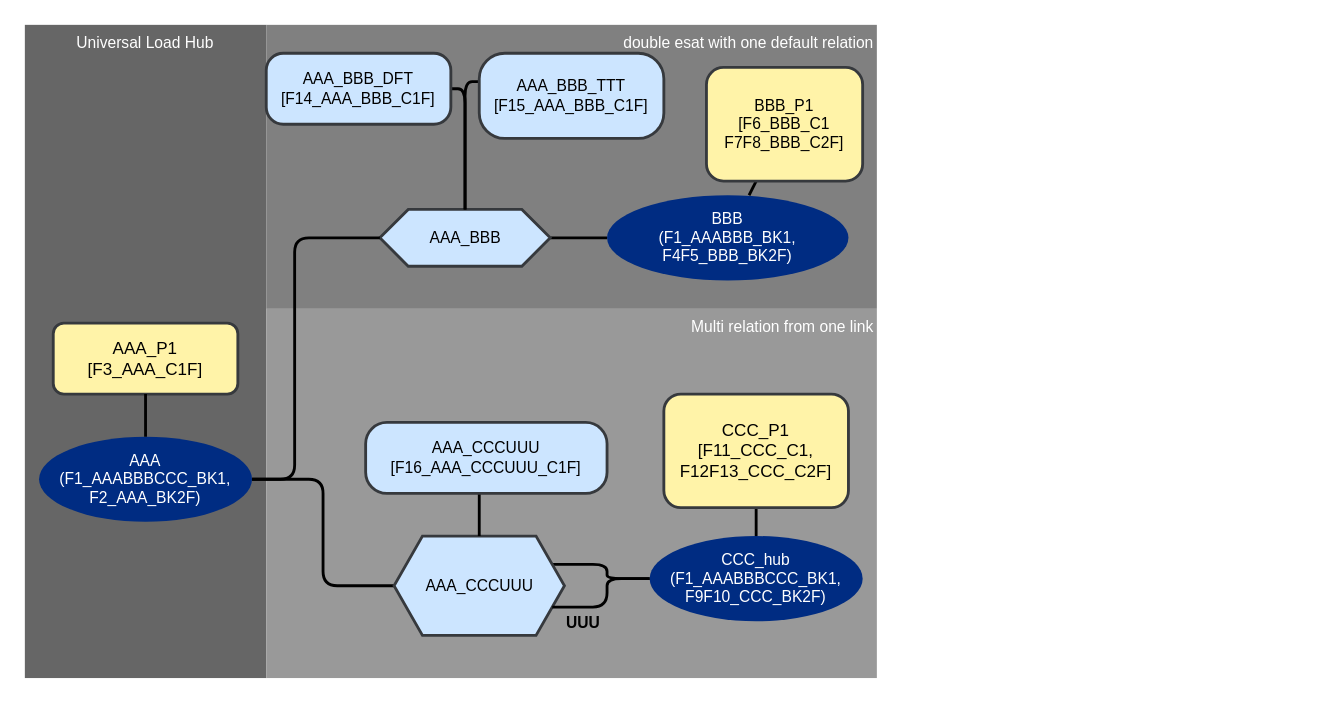
Before: documentation/images/test56_model.drawio in cimt-ag/data_vault_pipelinedescription, a draw.io diagram. Source tidied: cells renumbered, new cells numbered last; positions are measured from the earlier drawing's top-left corner, leaving out a move shared by most shapes. Both pictures are drawn from the tidied source at 142%, with x=0, y=0 at pixel (24, 24).
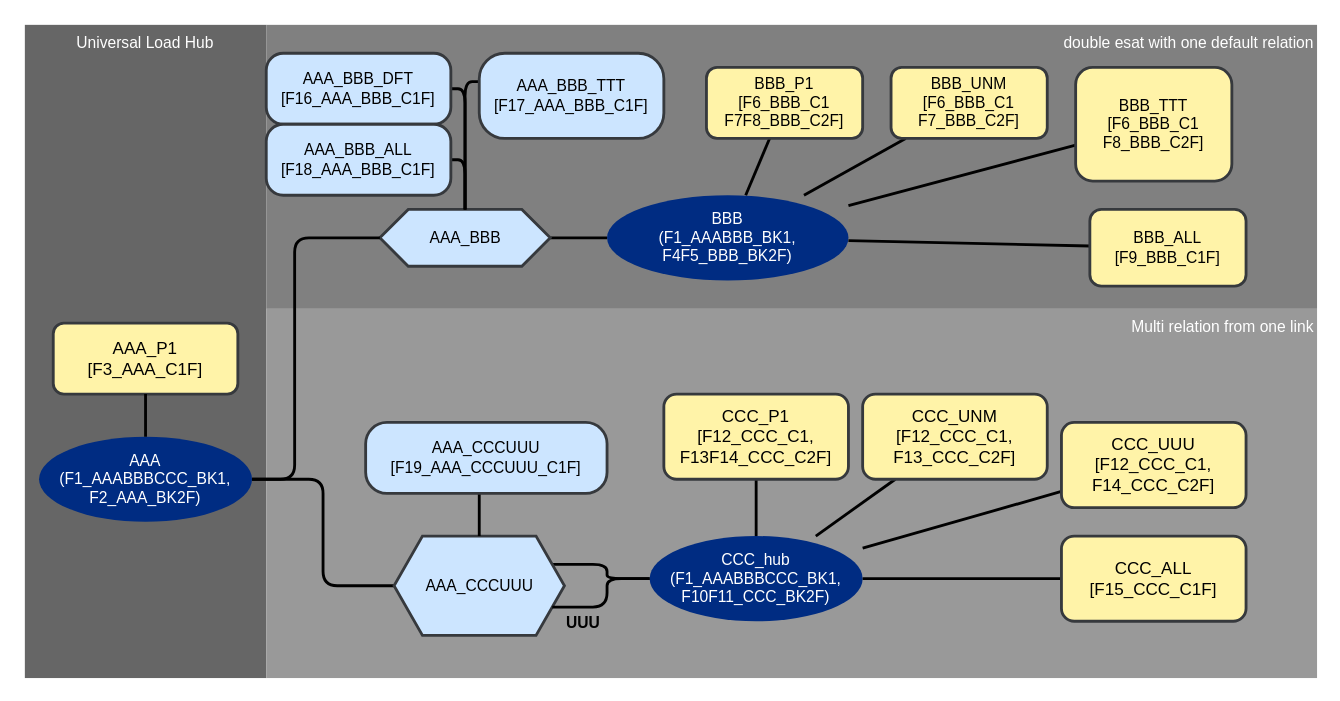
The same page after the edit.

Unchanged cells that the change refers to:
```xml
<mxCell id="11" value="AAA_BBB" style="verticalLabelPosition=middle;verticalAlign=middle;html=1;shape=hexagon;perimeter=hexagonPerimeter2;arcSize=6;size=0.16666666666666666;fillColor=#cce5ff;strokeColor=#36393d;strokeWidth=2;fontFamily=Helvetica;fontSize=11;fontColor=default;labelPosition=center;align=center;" parent="5" vertex="1">
  <mxGeometry x="250" y="130" width="120" height="40" as="geometry" />
</mxCell>
```

What changed in the source:
```diff
@@
     <mxCell id="3" value="double esat with one default relation" style="rounded=0;whiteSpace=wrap;html=1;fontFamily=Helvetica;fontSize=11;fontColor=#FFFFFF;fillColor=#808080;verticalAlign=top;align=right;strokeColor=none;" parent="1" vertex="1">
-      <mxGeometry x="170" width="430" height="200" as="geometry" />
+      <mxGeometry x="170" width="740" height="200" as="geometry" />
     </mxCell>
     <mxCell id="4" value="Multi relation from one link" style="rounded=0;whiteSpace=wrap;html=1;fontFamily=Helvetica;fontSize=11;fontColor=#FFFFFF;fillColor=#999999;verticalAlign=top;strokeColor=none;align=right;" parent="1" vertex="1">
-      <mxGeometry x="170" y="200" width="430" height="260" as="geometry" />
+      <mxGeometry x="170" y="200" width="740" height="260" as="geometry" />
     </mxCell>
@@
+    <mxCell id="9" value="BBB&lt;br&gt;(F1_AAABBB_BK1,&lt;br style=&quot;border-color: var(--border-color);&quot;&gt;F4F5_BBB_BK2F)" style="strokeWidth=2;html=1;shape=mxgraph.flowchart.start_1;whiteSpace=wrap;strokeColor=none;fontColor=#ffffff;fillColor=#002C82;fontFamily=Helvetica;fontSize=11;perimeterSpacing=0;gradientColor=none;" parent="5" vertex="1">
+      <mxGeometry x="410" y="120" width="170" height="60" as="geometry" />
+    </mxCell>
@@
-    <mxCell id="9" value="BBB&lt;br&gt;(F1_AAABBB_BK1,&lt;br style=&quot;border-color: var(--border-color);&quot;&gt;F4F5_BBB_BK2F)" style="strokeWidth=2;html=1;shape=mxgraph.flowchart.start_1;whiteSpace=wrap;strokeColor=none;fontColor=#ffffff;fillColor=#002C82;fontFamily=Helvetica;fontSize=11;" parent="5" vertex="1">
-      <mxGeometry x="410" y="120" width="170" height="60" as="geometry" />
-    </mxCell>
@@
-    <mxCell id="14" value="AAA_BBB_DFT&lt;br&gt;[F14_AAA_BBB_C1F]" style="rounded=1;whiteSpace=wrap;html=1;strokeColor=#36393d;fillColor=#cce5ff;strokeWidth=2;fontSize=11;arcSize=24;" parent="5" vertex="1">
+    <mxCell id="14" value="AAA_BBB_DFT&lt;br&gt;[F16_AAA_BBB_C1F]" style="rounded=1;whiteSpace=wrap;html=1;strokeColor=#36393d;fillColor=#cce5ff;strokeWidth=2;fontSize=11;arcSize=24;" parent="5" vertex="1">
       <mxGeometry x="170" y="20" width="130" height="50" as="geometry" />
     </mxCell>
@@
-    <mxCell id="16" value="AAA_BBB_TTT&lt;br&gt;[F15_AAA_BBB_C1F]" style="rounded=1;whiteSpace=wrap;html=1;strokeColor=#36393d;fillColor=#cce5ff;strokeWidth=2;fontSize=11;arcSize=30;" parent="5" vertex="1">
+    <mxCell id="16" value="AAA_BBB_TTT&lt;br&gt;[F17_AAA_BBB_C1F]" style="rounded=1;whiteSpace=wrap;html=1;strokeColor=#36393d;fillColor=#cce5ff;strokeWidth=2;fontSize=11;arcSize=30;" parent="5" vertex="1">
       <mxGeometry x="320" y="20" width="130" height="60" as="geometry" />
     </mxCell>
@@
-    <mxCell id="20" value="CCC_hub&lt;br&gt;(F1_AAABBBCCC_BK1,&lt;br&gt;F9F10_CCC_BK2F)" style="strokeWidth=2;html=1;shape=mxgraph.flowchart.start_1;whiteSpace=wrap;strokeColor=none;fontColor=#ffffff;fillColor=#002C82;fontFamily=Helvetica;fontSize=11;" parent="5" vertex="1">
+    <mxCell id="20" value="CCC_hub&lt;br&gt;(F1_AAABBBCCC_BK1,&lt;br&gt;F10F11_CCC_BK2F)" style="strokeWidth=2;html=1;shape=mxgraph.flowchart.start_1;whiteSpace=wrap;strokeColor=none;fontColor=#ffffff;fillColor=#002C82;fontFamily=Helvetica;fontSize=11;" parent="5" vertex="1">
       <mxGeometry x="440" y="360" width="150" height="60" as="geometry" />
     </mxCell>
@@
-    <mxCell id="24" value="CCC_P1&lt;br&gt;[F11_CCC_C1,&lt;br&gt;F12F13_CCC_C2F]" style="rounded=1;whiteSpace=wrap;html=1;strokeColor=#36393d;fillColor=#FFF3A8;strokeWidth=2;" parent="5" vertex="1">
-      <mxGeometry x="450" y="260" width="130" height="80" as="geometry" />
+    <mxCell id="24" value="CCC_P1&lt;br&gt;[F12_CCC_C1,&lt;br&gt;F13F14_CCC_C2F]" style="rounded=1;whiteSpace=wrap;html=1;strokeColor=#36393d;fillColor=#FFF3A8;strokeWidth=2;" parent="5" vertex="1">
+      <mxGeometry x="450" y="260" width="130" height="60" as="geometry" />
     </mxCell>
@@
     <mxCell id="26" value="BBB_P1&lt;br style=&quot;font-size: 11px;&quot;&gt;[F6_BBB_C1&lt;br&gt;F7F8_BBB_C2F]" style="rounded=1;whiteSpace=wrap;html=1;strokeColor=#36393d;fillColor=#FFF3A8;strokeWidth=2;fontSize=11;arcSize=15;" parent="5" vertex="1">
-      <mxGeometry x="480" y="30" width="110" height="80" as="geometry" />
+      <mxGeometry x="480" y="30" width="110" height="50" as="geometry" />
     </mxCell>
@@
-    <mxCell id="28" value="AAA_CCCUUU&lt;br&gt;[F16_AAA_CCCUUU_C1F]" style="rounded=1;whiteSpace=wrap;html=1;strokeColor=#36393d;fillColor=#cce5ff;strokeWidth=2;fontSize=11;arcSize=30;" parent="5" vertex="1">
+    <mxCell id="28" value="AAA_CCCUUU&lt;br&gt;[F19_AAA_CCCUUU_C1F]" style="rounded=1;whiteSpace=wrap;html=1;strokeColor=#36393d;fillColor=#cce5ff;strokeWidth=2;fontSize=11;arcSize=30;" parent="5" vertex="1">
       <mxGeometry x="240" y="280" width="170" height="50" as="geometry" />
     </mxCell>
+    <mxCell id="29" style="edgeStyle=none;shape=connector;rounded=1;jumpStyle=none;jettySize=auto;html=1;labelBackgroundColor=default;strokeColor=default;strokeWidth=2;fontFamily=Helvetica;fontSize=11;fontColor=default;endArrow=none;endFill=0;" parent="5" edge="1" source="30" target="9">
+      <mxGeometry relative="1" as="geometry" />
+    </mxCell>
+    <mxCell id="30" value="BBB_UNM&lt;br style=&quot;font-size: 11px;&quot;&gt;[F6_BBB_C1&lt;br&gt;F7_BBB_C2F]" style="rounded=1;whiteSpace=wrap;html=1;strokeColor=#36393d;fillColor=#FFF3A8;strokeWidth=2;fontSize=11;arcSize=15;" parent="5" vertex="1">
+      <mxGeometry x="610" y="30" width="110" height="50" as="geometry" />
+    </mxCell>
+    <mxCell id="31" style="edgeStyle=none;shape=connector;rounded=1;jumpStyle=none;jettySize=auto;html=1;labelBackgroundColor=default;strokeColor=default;strokeWidth=2;fontFamily=Helvetica;fontSize=11;fontColor=default;endArrow=none;endFill=0;" parent="5" edge="1" source="32" target="9">
+      <mxGeometry relative="1" as="geometry" />
+    </mxCell>
+    <mxCell id="32" value="BBB_TTT&lt;br style=&quot;font-size: 11px;&quot;&gt;[F6_BBB_C1&lt;br&gt;F8_BBB_C2F]" style="rounded=1;whiteSpace=wrap;html=1;strokeColor=#36393d;fillColor=#FFF3A8;strokeWidth=2;fontSize=11;arcSize=15;" parent="5" vertex="1">
+      <mxGeometry x="740" y="30" width="110" height="80" as="geometry" />
+    </mxCell>
+    <mxCell id="33" style="edgeStyle=none;shape=connector;rounded=1;jumpStyle=none;jettySize=auto;html=1;labelBackgroundColor=default;strokeColor=default;strokeWidth=2;fontFamily=Helvetica;fontSize=11;fontColor=default;endArrow=none;endFill=0;" parent="5" edge="1" source="34" target="9">
+      <mxGeometry relative="1" as="geometry" />
+    </mxCell>
+    <mxCell id="34" value="BBB_ALL&lt;br style=&quot;font-size: 11px;&quot;&gt;[F9_BBB_C1F]" style="rounded=1;whiteSpace=wrap;html=1;strokeColor=#36393d;fillColor=#FFF3A8;strokeWidth=2;fontSize=11;arcSize=15;" parent="5" vertex="1">
+      <mxGeometry x="750" y="130" width="110" height="54" as="geometry" />
+    </mxCell>
+    <mxCell id="35" style="edgeStyle=none;shape=connector;rounded=1;jumpStyle=none;jettySize=auto;html=1;labelBackgroundColor=default;strokeColor=default;strokeWidth=2;fontFamily=Helvetica;fontSize=11;fontColor=default;endArrow=none;endFill=0;" parent="5" edge="1" source="36" target="20">
+      <mxGeometry relative="1" as="geometry" />
+    </mxCell>
+    <mxCell id="36" value="CCC_UNM&lt;br&gt;[F12_CCC_C1,&lt;br&gt;F13_CCC_C2F]" style="rounded=1;whiteSpace=wrap;html=1;strokeColor=#36393d;fillColor=#FFF3A8;strokeWidth=2;" parent="5" vertex="1">
+      <mxGeometry x="590" y="260" width="130" height="60" as="geometry" />
+    </mxCell>
+    <mxCell id="37" style="edgeStyle=none;shape=connector;rounded=1;jumpStyle=none;jettySize=auto;html=1;labelBackgroundColor=default;strokeColor=default;strokeWidth=2;fontFamily=Helvetica;fontSize=11;fontColor=default;endArrow=none;endFill=0;endSize=0;startSize=0;jumpSize=0;" parent="5" edge="1" source="38" target="20">
+      <mxGeometry relative="1" as="geometry" />
+    </mxCell>
+    <mxCell id="38" value="CCC_UUU&lt;br&gt;[F12_CCC_C1,&lt;br&gt;F14_CCC_C2F]" style="rounded=1;whiteSpace=wrap;html=1;strokeColor=#36393d;fillColor=#FFF3A8;strokeWidth=2;" parent="5" vertex="1">
+      <mxGeometry x="730" y="280" width="130" height="60" as="geometry" />
+    </mxCell>
+    <mxCell id="39" style="edgeStyle=none;shape=connector;rounded=1;jumpStyle=none;jettySize=auto;html=1;labelBackgroundColor=default;strokeColor=default;strokeWidth=2;fontFamily=Helvetica;fontSize=11;fontColor=default;endArrow=none;endFill=0;endSize=4;" parent="5" edge="1" source="40" target="20">
+      <mxGeometry relative="1" as="geometry" />
+    </mxCell>
+    <mxCell id="40" value="CCC_ALL&lt;br&gt;[F15_CCC_C1F]" style="rounded=1;whiteSpace=wrap;html=1;strokeColor=#36393d;fillColor=#FFF3A8;strokeWidth=2;" parent="5" vertex="1">
+      <mxGeometry x="730" y="360" width="130" height="60" as="geometry" />
+    </mxCell>
+    <mxCell id="41" style="edgeStyle=orthogonalEdgeStyle;shape=connector;rounded=1;jumpStyle=none;jettySize=auto;html=1;entryX=0.5;entryY=0;entryDx=0;entryDy=0;labelBackgroundColor=default;strokeColor=default;strokeWidth=2;fontFamily=Helvetica;fontSize=11;fontColor=default;endArrow=none;endFill=0;" parent="5" edge="1" source="42" target="11">
+      <mxGeometry relative="1" as="geometry">
+        <Array as="points">
+          <mxPoint x="310" y="95" />
+        </Array>
+      </mxGeometry>
+    </mxCell>
+    <mxCell id="42" value="AAA_BBB_ALL&lt;br&gt;[F18_AAA_BBB_C1F]" style="rounded=1;whiteSpace=wrap;html=1;strokeColor=#36393d;fillColor=#cce5ff;strokeWidth=2;fontSize=11;arcSize=24;" parent="5" vertex="1">
+      <mxGeometry x="170" y="70" width="130" height="50" as="geometry" />
+    </mxCell>
```
